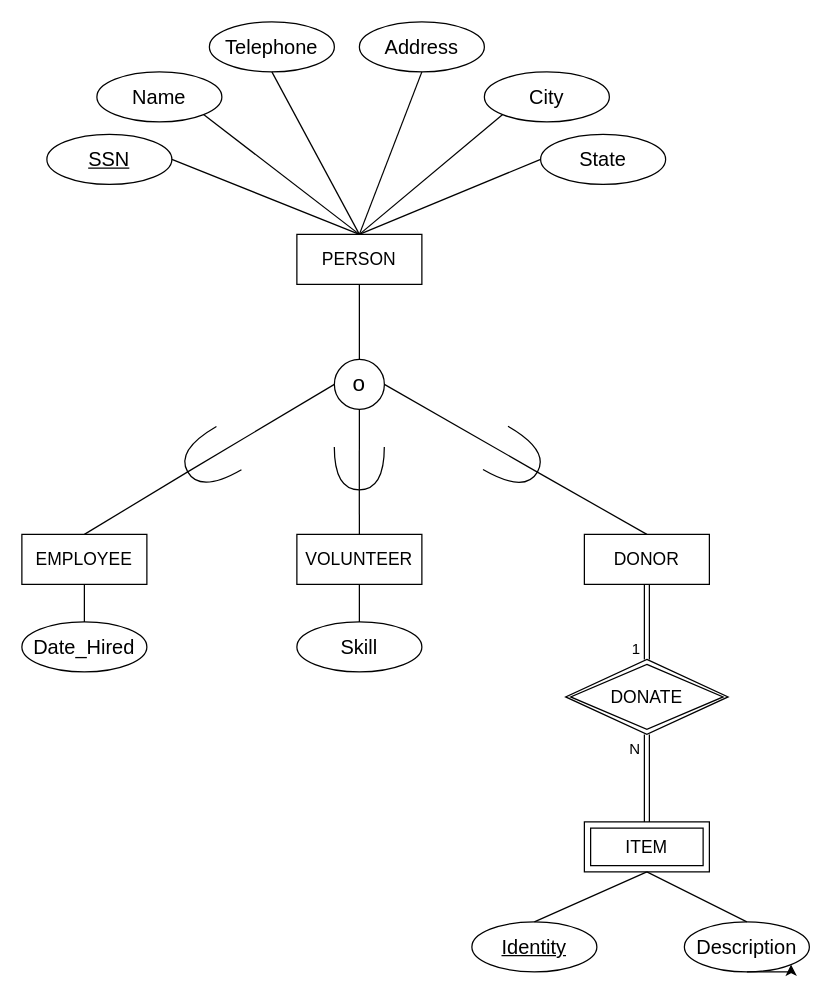
This is eerd1.drawio from quangmnh/drawio, a draw.io file, before an edit. Source tidied: cells renumbered, new cells numbered last; positions are measured from the earlier drawing's top-left corner, leaving out a move shared by most shapes. Both pictures are drawn from the tidied source at 125%, with x=0, y=0 at pixel (21, 21).
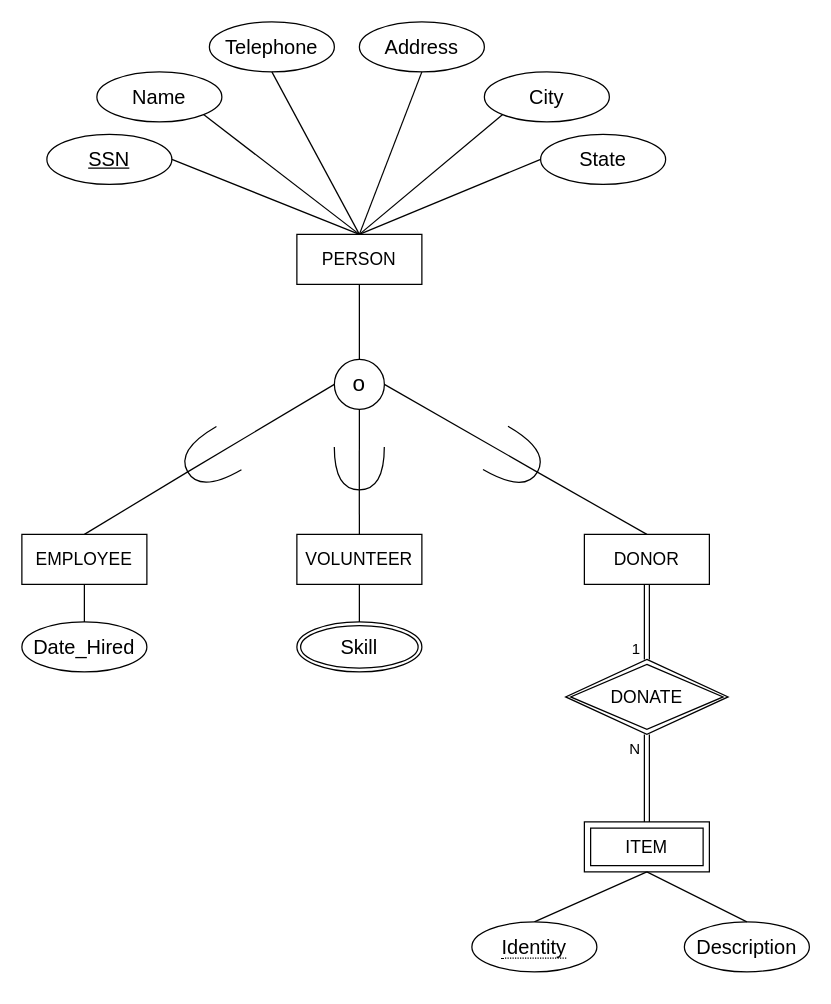
The same page after the edit.

The change refers to these unchanged cells:
```xml
<mxCell id="3" value="&lt;font style=&quot;font-size: 14px&quot;&gt;VOLUNTEER&lt;/font&gt;" style="whiteSpace=wrap;html=1;align=center;" parent="1" vertex="1">
  <mxGeometry x="220" y="410" width="100" height="40" as="geometry" />
</mxCell>
<mxCell id="6" value="&lt;font style=&quot;font-size: 14px&quot;&gt;ITEM&lt;/font&gt;" style="shape=ext;margin=3;double=1;whiteSpace=wrap;html=1;align=center;" parent="1" vertex="1">
  <mxGeometry x="450" y="640" width="100" height="40" as="geometry" />
</mxCell>
<mxCell id="17" value="&lt;font size=&quot;3&quot;&gt;Description&lt;/font&gt;" style="ellipse;whiteSpace=wrap;html=1;align=center;" parent="1" vertex="1">
  <mxGeometry x="530" y="720" width="100" height="40" as="geometry" />
</mxCell>
```

What changed in the source:
```diff
@@
-    <mxCell id="15" value="&lt;font size=&quot;3&quot;&gt;Skill&lt;/font&gt;" style="ellipse;whiteSpace=wrap;html=1;align=center;" parent="1" vertex="1">
-      <mxGeometry x="220" y="480" width="100" height="40" as="geometry" />
-    </mxCell>
-    <mxCell id="16" value="&lt;font size=&quot;3&quot;&gt;&lt;u&gt;Identity&lt;/u&gt;&lt;/font&gt;" style="ellipse;whiteSpace=wrap;html=1;align=center;" parent="1" vertex="1">
-      <mxGeometry x="360" y="720" width="100" height="40" as="geometry" />
-    </mxCell>
@@
-    <mxCell id="22" style="endArrow=none;html=1;rounded=0;exitX=0.5;exitY=1;exitDx=0;exitDy=0;entryX=0.5;entryY=0;entryDx=0;entryDy=0;" parent="1" edge="1" source="3" target="15">
-      <mxGeometry relative="1" as="geometry" />
+    <mxCell id="22" style="endArrow=none;html=1;rounded=0;exitX=0.5;exitY=1;exitDx=0;exitDy=0;entryX=0.5;entryY=0;entryDx=0;entryDy=0;" parent="1" edge="1" source="3">
+      <mxGeometry relative="1" as="geometry">
+        <mxPoint x="270" y="480" as="targetPoint" />
+      </mxGeometry>
     </mxCell>
@@
-    <mxCell id="33" style="endArrow=none;html=1;rounded=0;entryX=0.5;entryY=1;entryDx=0;entryDy=0;exitX=0.5;exitY=0;exitDx=0;exitDy=0;" parent="1" edge="1" source="16" target="6">
-      <mxGeometry relative="1" as="geometry" />
+    <mxCell id="33" style="endArrow=none;html=1;rounded=0;entryX=0.5;entryY=1;entryDx=0;entryDy=0;exitX=0.5;exitY=0;exitDx=0;exitDy=0;" parent="1" edge="1" target="6">
+      <mxGeometry relative="1" as="geometry">
+        <mxPoint x="410" y="720" as="sourcePoint" />
+      </mxGeometry>
     </mxCell>
@@
-    <mxCell id="43" style="edgeStyle=orthogonalEdgeStyle;rounded=0;orthogonalLoop=1;jettySize=auto;html=1;exitX=0.5;exitY=1;exitDx=0;exitDy=0;entryX=1;entryY=1;entryDx=0;entryDy=0;" parent="1" edge="1" source="17" target="17">
-      <mxGeometry relative="1" as="geometry" />
-    </mxCell>
+    <mxCell id="15" value="&lt;font style=&quot;font-size: 16px&quot;&gt;Skill&lt;/font&gt;" style="ellipse;shape=doubleEllipse;margin=3;whiteSpace=wrap;html=1;align=center;fontSize=16;" parent="1" vertex="1">
+      <mxGeometry x="220" y="480" width="100" height="40" as="geometry" />
+    </mxCell>
+    <mxCell id="16" value="&lt;span style=&quot;border-bottom: 1px dotted&quot;&gt;&lt;font style=&quot;font-size: 16px&quot;&gt;Identity&lt;/font&gt;&lt;/span&gt;" style="ellipse;whiteSpace=wrap;html=1;align=center;" parent="1" vertex="1">
+      <mxGeometry x="360" y="720" width="100" height="40" as="geometry" />
+    </mxCell>
```
